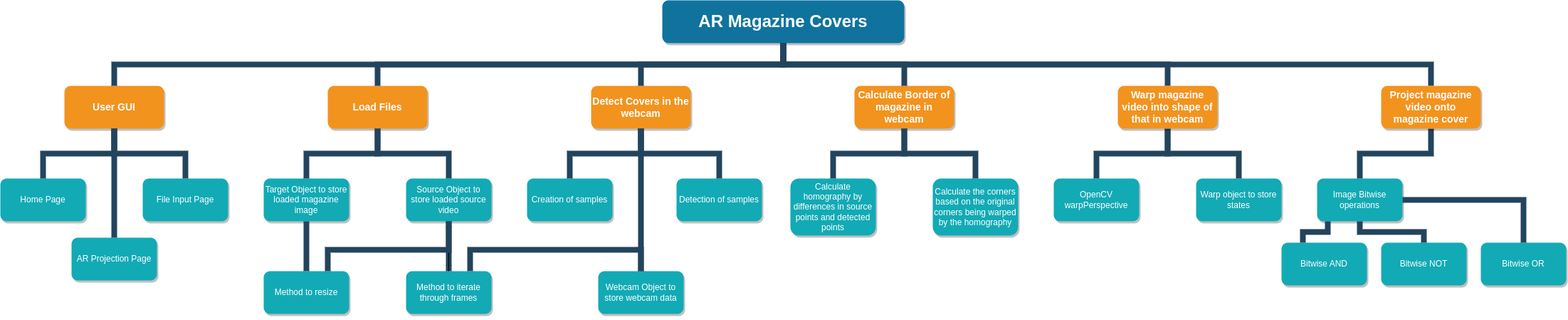
This is assets/structureDiagram.png from jamesdeal89/ARmagazines, a draw.io export, as it was before one commit. Source tidied: cells renumbered, new cells last; positions are measured from the earlier drawing's top-left corner, leaving out a move shared by most shapes.
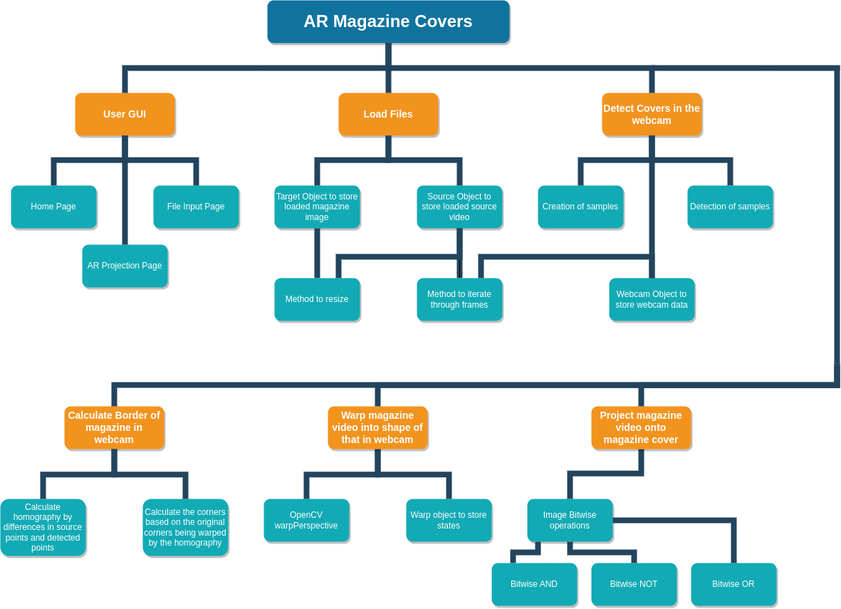
The same diagram one commit later.

Commit message:
reading adjustments

Diff of the diagram source:
```diff
@@ -3,7 +3,7 @@
     <mxCell id="0" />
     <mxCell id="1" parent="0" />
     <mxCell id="2" value="AR Magazine Covers" style="whiteSpace=wrap;rounded=1;shadow=1;fillColor=#10739E;strokeColor=none;fontColor=#FFFFFF;fontStyle=1;fontSize=24;" parent="1" vertex="1">
-      <mxGeometry x="930" width="340" height="60" as="geometry" />
+      <mxGeometry x="360" y="-10" width="340" height="60" as="geometry" />
     </mxCell>
     <mxCell id="3" value="User GUI" style="whiteSpace=wrap;rounded=1;fillColor=#F2931E;strokeColor=none;shadow=1;fontColor=#FFFFFF;fontStyle=1;fontSize=14;" parent="1" vertex="1">
       <mxGeometry x="90" y="120" width="140" height="60" as="geometry" />
@@ -15,7 +15,7 @@
       <mxGeometry x="830" y="120" width="140" height="60" as="geometry" />
     </mxCell>
     <mxCell id="6" value="Calculate Border of magazine in webcam" style="whiteSpace=wrap;rounded=1;fillColor=#F2931E;strokeColor=none;shadow=1;fontColor=#FFFFFF;fontStyle=1;fontSize=14;" parent="1" vertex="1">
-      <mxGeometry x="1200" y="120" width="140" height="60" as="geometry" />
+      <mxGeometry x="75" y="560" width="140" height="60" as="geometry" />
     </mxCell>
     <mxCell id="7" value="Home Page" style="whiteSpace=wrap;rounded=1;fillColor=#12AAB5;strokeColor=none;shadow=1;fontColor=#FFFFFF;" parent="1" vertex="1">
       <mxGeometry y="250" width="120" height="60" as="geometry" />
@@ -51,22 +51,22 @@
       <mxGeometry x="840" y="380" width="120" height="60" as="geometry" />
     </mxCell>
     <mxCell id="18" value="Calculate homography by differences in source points and detected points" style="whiteSpace=wrap;rounded=1;fillColor=#12AAB5;strokeColor=none;shadow=1;fontColor=#FFFFFF;" parent="1" vertex="1">
-      <mxGeometry x="1110" y="250" width="120" height="80" as="geometry" />
+      <mxGeometry x="-15" y="690" width="120" height="80" as="geometry" />
     </mxCell>
     <mxCell id="19" value="Calculate the corners based on the original corners being warped by the homography" style="whiteSpace=wrap;rounded=1;fillColor=#12AAB5;strokeColor=none;shadow=1;fontColor=#FFFFFF;" parent="1" vertex="1">
-      <mxGeometry x="1310" y="250" width="120" height="80" as="geometry" />
+      <mxGeometry x="185" y="690" width="120" height="80" as="geometry" />
     </mxCell>
     <mxCell id="20" value="OpenCV warpPerspective" style="whiteSpace=wrap;rounded=1;fillColor=#12AAB5;strokeColor=none;shadow=1;fontColor=#FFFFFF;" parent="1" vertex="1">
-      <mxGeometry x="1480" y="250" width="120" height="60" as="geometry" />
+      <mxGeometry x="355" y="690" width="120" height="60" as="geometry" />
     </mxCell>
     <mxCell id="21" value="Warp object to store states" style="whiteSpace=wrap;rounded=1;fillColor=#12AAB5;strokeColor=none;shadow=1;fontColor=#FFFFFF;" parent="1" vertex="1">
-      <mxGeometry x="1680" y="250" width="120" height="60" as="geometry" />
+      <mxGeometry x="555" y="690" width="120" height="60" as="geometry" />
     </mxCell>
     <mxCell id="22" value="Image Bitwise operations" style="whiteSpace=wrap;rounded=1;fillColor=#12AAB5;strokeColor=none;shadow=1;fontColor=#FFFFFF;" parent="1" vertex="1">
-      <mxGeometry x="1850" y="250" width="120" height="60" as="geometry" />
+      <mxGeometry x="725" y="690" width="120" height="60" as="geometry" />
     </mxCell>
     <mxCell id="23" value="Bitwise OR" style="whiteSpace=wrap;rounded=1;fillColor=#12AAB5;strokeColor=none;shadow=1;fontColor=#FFFFFF;" parent="1" vertex="1">
-      <mxGeometry x="2080" y="340" width="120" height="60" as="geometry" />
+      <mxGeometry x="955" y="780" width="120" height="60" as="geometry" />
     </mxCell>
     <mxCell id="24" style="edgeStyle=elbowEdgeStyle;elbow=vertical;rounded=0;fontColor=#000000;endArrow=none;endFill=0;strokeWidth=8;strokeColor=#23445D;" parent="1" edge="1" source="5" target="16">
       <mxGeometry relative="1" as="geometry" />
@@ -82,7 +82,7 @@
     </mxCell>
     <mxCell id="28" style="edgeStyle=elbowEdgeStyle;elbow=vertical;rounded=0;fontColor=#000000;endArrow=none;endFill=0;strokeWidth=8;strokeColor=#23445D;" parent="1" edge="1" target="20">
       <mxGeometry relative="1" as="geometry">
-        <mxPoint x="1640" y="180" as="sourcePoint" />
+        <mxPoint x="515" y="620" as="sourcePoint" />
       </mxGeometry>
     </mxCell>
     <mxCell id="29" style="edgeStyle=elbowEdgeStyle;elbow=vertical;rounded=0;fontColor=#000000;endArrow=none;endFill=0;strokeWidth=8;strokeColor=#23445D;startArrow=none;" parent="1" edge="1" source="39" target="21">
@@ -90,13 +90,13 @@
     </mxCell>
     <mxCell id="30" style="edgeStyle=elbowEdgeStyle;elbow=vertical;rounded=0;fontColor=#000000;endArrow=none;endFill=0;strokeWidth=8;strokeColor=#23445D;" parent="1" edge="1" target="22">
       <mxGeometry relative="1" as="geometry">
-        <mxPoint x="2010" y="180" as="sourcePoint" />
+        <mxPoint x="885" y="620" as="sourcePoint" />
       </mxGeometry>
     </mxCell>
     <mxCell id="31" style="edgeStyle=elbowEdgeStyle;elbow=vertical;rounded=0;fontColor=#000000;endArrow=none;endFill=0;strokeWidth=8;strokeColor=#23445D;exitX=1;exitY=0.5;exitDx=0;exitDy=0;" parent="1" edge="1" source="22" target="23">
       <mxGeometry relative="1" as="geometry">
         <Array as="points">
-          <mxPoint x="2060" y="280" />
+          <mxPoint x="935" y="720" />
         </Array>
       </mxGeometry>
     </mxCell>
@@ -109,24 +109,11 @@
     <mxCell id="34" style="edgeStyle=elbowEdgeStyle;elbow=vertical;rounded=0;fontColor=#000000;endArrow=none;endFill=0;strokeWidth=8;strokeColor=#23445D;" parent="1" edge="1" source="2" target="5">
       <mxGeometry relative="1" as="geometry" />
     </mxCell>
-    <mxCell id="35" style="edgeStyle=elbowEdgeStyle;elbow=vertical;rounded=0;fontColor=#000000;endArrow=none;endFill=0;strokeWidth=8;strokeColor=#23445D;" parent="1" edge="1" source="2" target="6">
-      <mxGeometry relative="1" as="geometry" />
-    </mxCell>
-    <mxCell id="36" style="edgeStyle=elbowEdgeStyle;elbow=vertical;rounded=0;fontColor=#000000;endArrow=none;endFill=0;strokeWidth=8;strokeColor=#23445D;" parent="1" edge="1" source="2">
-      <mxGeometry relative="1" as="geometry">
-        <mxPoint x="1640" y="120" as="targetPoint" />
-      </mxGeometry>
-    </mxCell>
-    <mxCell id="37" style="edgeStyle=elbowEdgeStyle;elbow=vertical;rounded=0;fontColor=#000000;endArrow=none;endFill=0;strokeWidth=8;strokeColor=#23445D;" parent="1" edge="1" source="2">
-      <mxGeometry relative="1" as="geometry">
-        <mxPoint x="2010" y="120" as="targetPoint" />
-      </mxGeometry>
-    </mxCell>
     <mxCell id="38" value="Project magazine video onto magazine cover" style="whiteSpace=wrap;rounded=1;fillColor=#F2931E;strokeColor=none;shadow=1;fontColor=#FFFFFF;fontStyle=1;fontSize=14;" parent="1" vertex="1">
-      <mxGeometry x="1940" y="120" width="140" height="60" as="geometry" />
+      <mxGeometry x="815" y="560" width="140" height="60" as="geometry" />
     </mxCell>
     <mxCell id="39" value="Warp magazine video into shape of that in webcam" style="whiteSpace=wrap;rounded=1;fillColor=#F2931E;strokeColor=none;shadow=1;fontColor=#FFFFFF;fontStyle=1;fontSize=14;" parent="1" vertex="1">
-      <mxGeometry x="1570" y="120" width="140" height="60" as="geometry" />
+      <mxGeometry x="445" y="560" width="140" height="60" as="geometry" />
     </mxCell>
     <mxCell id="40" style="edgeStyle=elbowEdgeStyle;elbow=vertical;rounded=0;fontColor=#000000;endArrow=none;endFill=0;strokeWidth=8;strokeColor=#23445D;exitX=0.5;exitY=1;exitDx=0;exitDy=0;" parent="1" edge="1" source="11">
       <mxGeometry relative="1" as="geometry">
@@ -167,19 +154,19 @@
       </mxGeometry>
     </mxCell>
     <mxCell id="47" value="Bitwise NOT" style="whiteSpace=wrap;rounded=1;fillColor=#12AAB5;strokeColor=none;shadow=1;fontColor=#FFFFFF;" parent="1" vertex="1">
-      <mxGeometry x="1940" y="340" width="120" height="60" as="geometry" />
+      <mxGeometry x="815" y="780" width="120" height="60" as="geometry" />
     </mxCell>
     <mxCell id="48" value="Bitwise AND" style="whiteSpace=wrap;rounded=1;fillColor=#12AAB5;strokeColor=none;shadow=1;fontColor=#FFFFFF;" parent="1" vertex="1">
-      <mxGeometry x="1800" y="340" width="120" height="60" as="geometry" />
+      <mxGeometry x="675" y="780" width="120" height="60" as="geometry" />
     </mxCell>
     <mxCell id="49" style="edgeStyle=elbowEdgeStyle;elbow=vertical;rounded=0;fontColor=#000000;endArrow=none;endFill=0;strokeWidth=8;strokeColor=#23445D;exitX=0.75;exitY=1;exitDx=0;exitDy=0;entryX=0.5;entryY=0;entryDx=0;entryDy=0;" parent="1" edge="1" target="47">
       <mxGeometry relative="1" as="geometry">
-        <mxPoint x="1910" y="310" as="sourcePoint" />
+        <mxPoint x="785" y="750" as="sourcePoint" />
       </mxGeometry>
     </mxCell>
     <mxCell id="50" style="edgeStyle=elbowEdgeStyle;elbow=vertical;rounded=0;fontColor=#000000;endArrow=none;endFill=0;strokeWidth=8;strokeColor=#23445D;exitX=0.75;exitY=1;exitDx=0;exitDy=0;entryX=0.25;entryY=0;entryDx=0;entryDy=0;" parent="1" edge="1" target="48">
       <mxGeometry relative="1" as="geometry">
-        <mxPoint x="1865" y="310" as="sourcePoint" />
+        <mxPoint x="740" y="750" as="sourcePoint" />
       </mxGeometry>
     </mxCell>
     <mxCell id="51" value="AR Projection Page" style="whiteSpace=wrap;rounded=1;fillColor=#12AAB5;strokeColor=none;shadow=1;fontColor=#FFFFFF;" parent="1" vertex="1">
@@ -201,5 +188,36 @@
     <mxCell id="55" style="edgeStyle=orthogonalEdgeStyle;rounded=0;orthogonalLoop=1;jettySize=auto;html=1;exitX=0.5;exitY=1;exitDx=0;exitDy=0;" parent="1" edge="1" source="17" target="17">
       <mxGeometry relative="1" as="geometry" />
     </mxCell>
+    <mxCell id="56" style="edgeStyle=elbowEdgeStyle;elbow=vertical;rounded=0;fontColor=#000000;endArrow=none;endFill=0;strokeWidth=8;strokeColor=#23445D;" parent="1" edge="1">
+      <mxGeometry relative="1" as="geometry">
+        <mxPoint x="900" y="82" as="sourcePoint" />
+        <mxPoint x="1160" y="88" as="targetPoint" />
+      </mxGeometry>
+    </mxCell>
+    <mxCell id="57" style="edgeStyle=elbowEdgeStyle;elbow=vertical;rounded=0;fontColor=#000000;endArrow=none;endFill=0;strokeWidth=8;strokeColor=#23445D;" parent="1" edge="1">
+      <mxGeometry relative="1" as="geometry">
+        <mxPoint x="1160" y="82" as="sourcePoint" />
+        <mxPoint x="1160" y="500" as="targetPoint" />
+      </mxGeometry>
+    </mxCell>
+    <mxCell id="58" style="edgeStyle=elbowEdgeStyle;elbow=vertical;rounded=0;fontColor=#000000;endArrow=none;endFill=0;strokeWidth=8;strokeColor=#23445D;" parent="1" edge="1" target="38">
+      <mxGeometry relative="1" as="geometry">
+        <mxPoint x="1160" y="500" as="sourcePoint" />
+      </mxGeometry>
+    </mxCell>
+    <mxCell id="59" style="edgeStyle=elbowEdgeStyle;elbow=vertical;rounded=0;fontColor=#000000;endArrow=none;endFill=0;strokeWidth=8;strokeColor=#23445D;" parent="1" edge="1">
+      <mxGeometry relative="1" as="geometry">
+        <mxPoint x="1160" y="500" as="sourcePoint" />
+        <mxPoint x="515" y="560" as="targetPoint" />
+      </mxGeometry>
+    </mxCell>
+    <mxCell id="60" style="edgeStyle=elbowEdgeStyle;elbow=vertical;rounded=0;fontColor=#000000;endArrow=none;endFill=0;strokeWidth=8;strokeColor=#23445D;entryX=0.5;entryY=0;entryDx=0;entryDy=0;" parent="1" edge="1" target="6">
+      <mxGeometry relative="1" as="geometry">
+        <mxPoint x="1160" y="505" as="sourcePoint" />
+        <Array as="points">
+          <mxPoint x="630" y="530" />
+        </Array>
+      </mxGeometry>
+    </mxCell>
   </root>
 </mxGraphModel>
```
